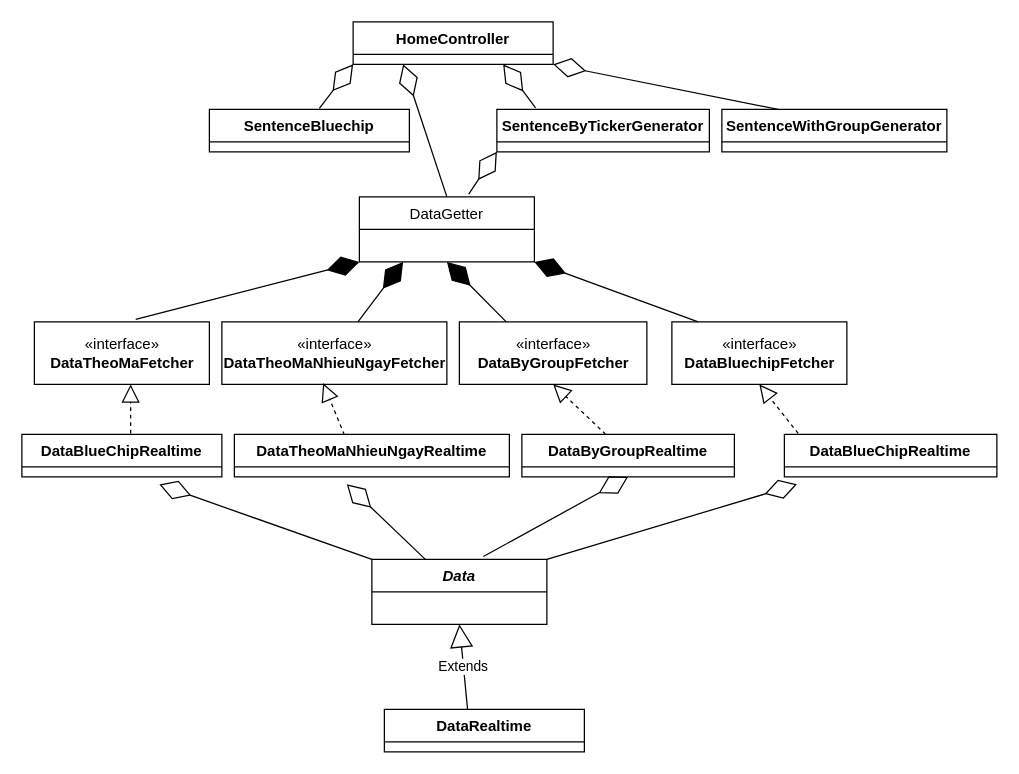
Earlier version of the draw.io diagram page "Page-1" (1 of 16) of Diagram/OverviewClassDiagram.drawio (hoangminh15/OOP). Source tidied: cells renumbered, new cells numbered last; positions are measured from the earlier drawing's top-left corner, leaving out a move shared by most shapes. Both pictures are drawn from the tidied source at 125%, with x=0, y=0 at pixel (21, 21).
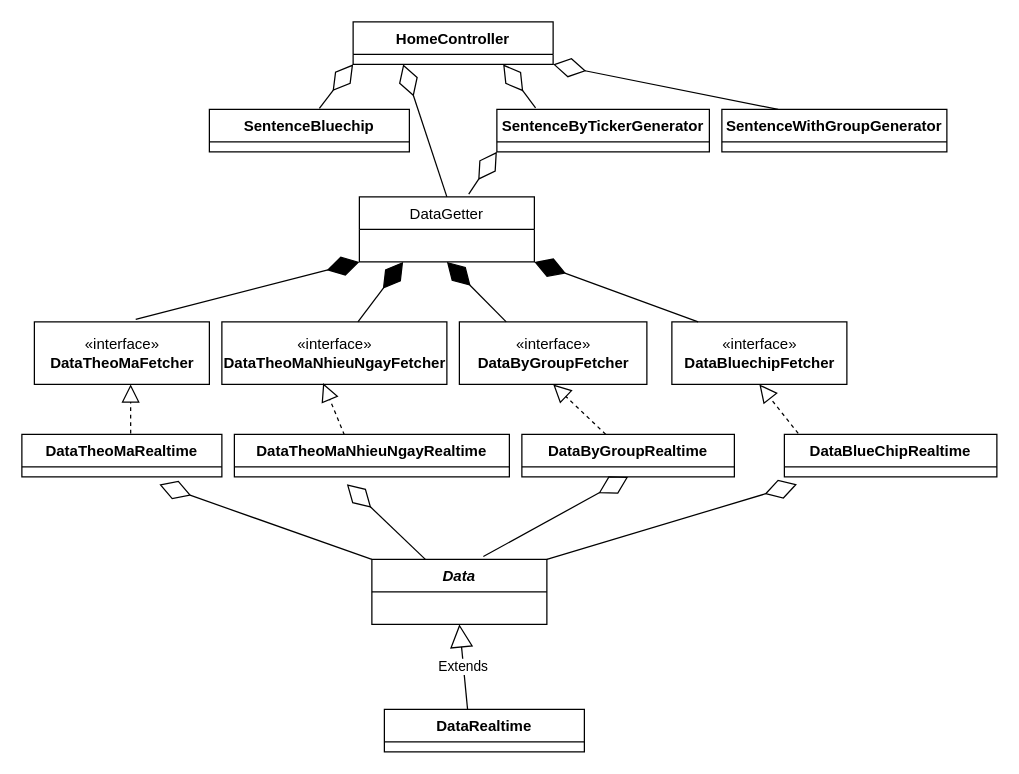
Above is the later version.

The edit, as a diff of the source:
```diff
@@
-    <mxCell id="7" value="DataBlueChipRealtime" style="swimlane;fontStyle=1;align=center;verticalAlign=top;horizontal=1;startSize=26;" parent="1" vertex="1">
+    <mxCell id="7" value="DataTheoMaRealtime" style="swimlane;fontStyle=1;align=center;verticalAlign=top;horizontal=1;startSize=26;" parent="1" vertex="1">
       <mxGeometry y="330" width="160" height="34" as="geometry" />
     </mxCell>
```
